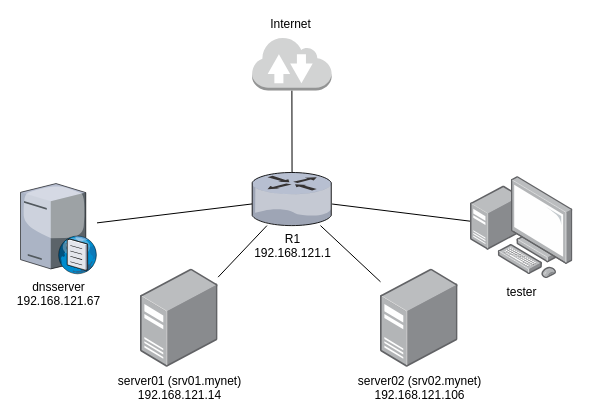
Earlier version of the draw.io diagram docs/resources/deployment.drawio (extra2000/binddns-box). Source tidied: cells renumbered, new cells numbered last; positions are measured from the earlier drawing's top-left corner, leaving out a move shared by most shapes. Both pictures are drawn from the tidied source at 100%, with x=0, y=0 at pixel (20, 36).
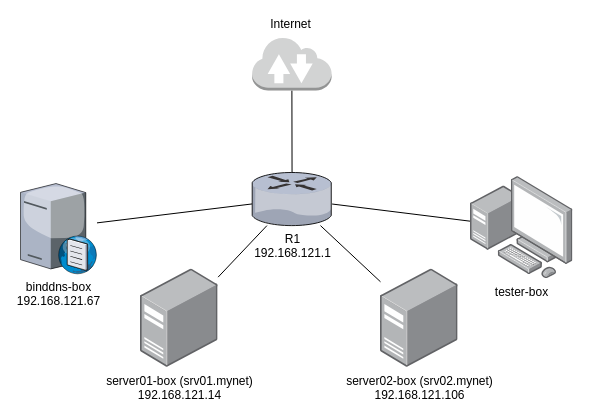
After the change.

Change to the diagram source:
```diff
@@
 <mxGraphModel>
   <root>
     <mxCell id="0" />
     <mxCell id="1" parent="0" />
-    <mxCell id="2" value="server01 (srv01.mynet)&lt;br&gt;192.168.121.14" style="points=[];html=1;align=center;shadow=0;dashed=0;image;image=img/lib/allied_telesis/computer_and_terminals/Server_Desktop.svg;" parent="1" vertex="1">
+    <mxCell id="2" value="server01-box (srv01.mynet)&lt;br&gt;192.168.121.14" style="points=[];html=1;align=center;shadow=0;dashed=0;image;image=img/lib/allied_telesis/computer_and_terminals/Server_Desktop.svg;" parent="1" vertex="1">
       <mxGeometry x="120" y="232.4" width="77.6" height="98.4" as="geometry" />
     </mxCell>
-    <mxCell id="3" value="dnsserver&lt;br&gt;192.168.121.67" style="verticalLabelPosition=bottom;html=1;verticalAlign=top;strokeColor=none;align=center;outlineConnect=0;shape=mxgraph.citrix.dns_server;" parent="1" vertex="1">
+    <mxCell id="3" value="binddns-box&lt;br&gt;192.168.121.67" style="verticalLabelPosition=bottom;html=1;verticalAlign=top;strokeColor=none;align=center;outlineConnect=0;shape=mxgraph.citrix.dns_server;" parent="1" vertex="1">
       <mxGeometry y="144.8" width="76.5" height="92.5" as="geometry" />
     </mxCell>
     <mxCell id="4" style="rounded=0;jettySize=auto;html=1;endArrow=none;endFill=0;" parent="1" edge="1" source="8" target="10">
       <mxGeometry relative="1" as="geometry" />
     </mxCell>
     <mxCell id="5" style="edgeStyle=none;rounded=0;jettySize=auto;html=1;endArrow=none;endFill=0;" parent="1" edge="1" source="8" target="9">
       <mxGeometry relative="1" as="geometry" />
     </mxCell>
     <mxCell id="6" style="edgeStyle=none;rounded=0;jettySize=auto;html=1;endArrow=none;endFill=0;" parent="1" edge="1" source="8" target="2">
       <mxGeometry relative="1" as="geometry" />
     </mxCell>
     <mxCell id="7" style="edgeStyle=none;rounded=0;jettySize=auto;html=1;endArrow=none;endFill=0;" parent="1" edge="1" source="8" target="3">
       <mxGeometry relative="1" as="geometry" />
     </mxCell>
     <mxCell id="8" value="R1&lt;br&gt;192.168.121.1" style="verticalLabelPosition=bottom;html=1;verticalAlign=top;strokeColor=none;align=center;outlineConnect=0;shape=mxgraph.citrix.router;" parent="1" vertex="1">
       <mxGeometry x="231.6" y="136" width="80" height="53.1" as="geometry" />
     </mxCell>
-    <mxCell id="9" value="server02 (srv02.mynet)&lt;br&gt;192.168.121.106" style="points=[];html=1;align=center;shadow=0;dashed=0;image;image=img/lib/allied_telesis/computer_and_terminals/Server_Desktop.svg;" parent="1" vertex="1">
+    <mxCell id="9" value="server02-box (srv02.mynet)&lt;br&gt;192.168.121.106" style="points=[];html=1;align=center;shadow=0;dashed=0;image;image=img/lib/allied_telesis/computer_and_terminals/Server_Desktop.svg;" parent="1" vertex="1">
       <mxGeometry x="360" y="232.4" width="77.6" height="98.4" as="geometry" />
     </mxCell>
-    <mxCell id="10" value="tester" style="points=[];html=1;align=center;shadow=0;dashed=0;image;image=img/lib/allied_telesis/computer_and_terminals/Personal_Computer_with_Server.svg;" parent="1" vertex="1">
+    <mxCell id="10" value="tester-box" style="points=[];html=1;align=center;shadow=0;dashed=0;image;image=img/lib/allied_telesis/computer_and_terminals/Personal_Computer_with_Server.svg;" parent="1" vertex="1">
       <mxGeometry x="450" y="139.9" width="102.4" height="102.4" as="geometry" />
     </mxCell>
     <mxCell id="11" style="rounded=0;jettySize=auto;html=1;endArrow=none;endFill=0;" parent="1" edge="1" source="12" target="8">
       <mxGeometry relative="1" as="geometry" />
     </mxCell>
     <mxCell id="12" value="Internet" style="outlineConnect=0;dashed=0;verticalLabelPosition=bottom;verticalAlign=top;align=center;html=1;shape=mxgraph.aws3.internet_2;fillColor=#D2D3D3;gradientColor=none;direction=east;noLabel=0;movableLabel=0;" parent="1" vertex="1">
       <mxGeometry x="231.6" width="79.5" height="54" as="geometry">
         <mxPoint x="-1" y="-80" as="offset" />
       </mxGeometry>
     </mxCell>
   </root>
 </mxGraphModel>
```
